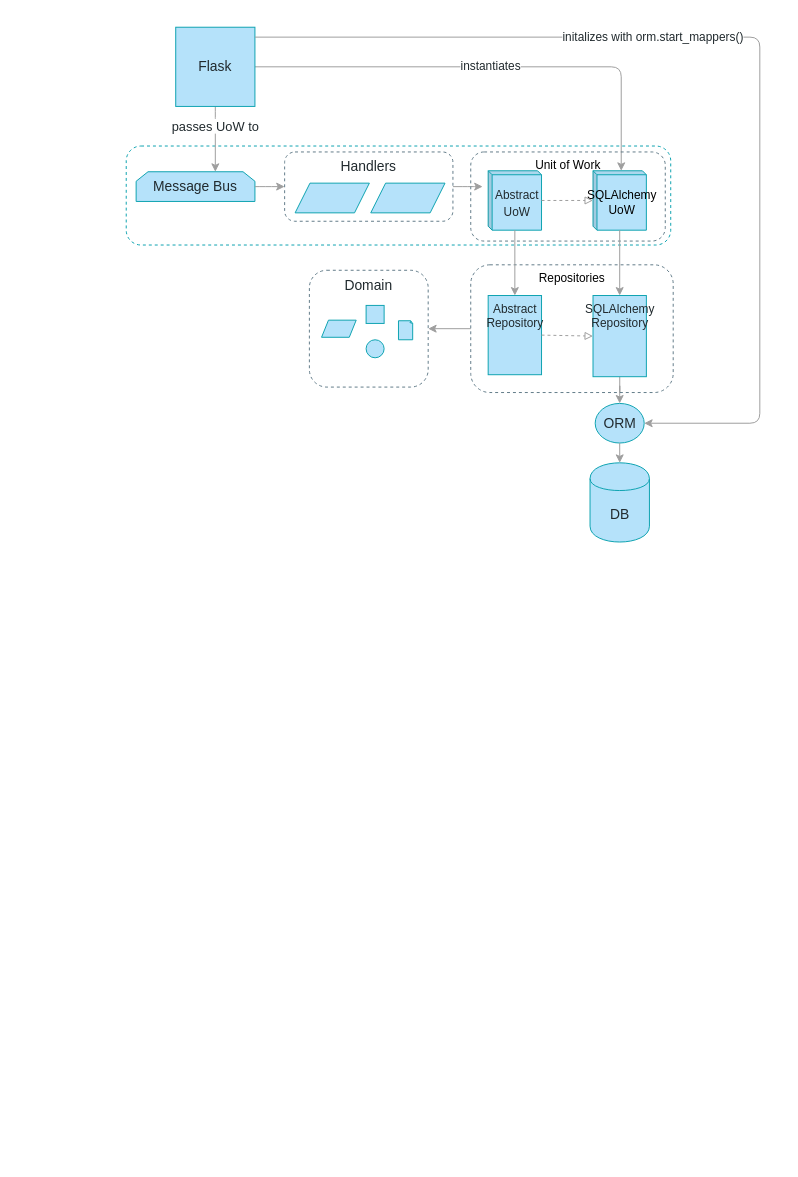
Earlier version of the draw.io diagram page "Chapter 12" (10 of 10) of maps.drawio (cosmicpython/book). Source tidied: cells renumbered, new cells numbered last; positions are measured from the earlier drawing's top-left corner, leaving out a move shared by most shapes. Both pictures are drawn from the tidied source at 99%, with x=0, y=0 at pixel (126, 27).
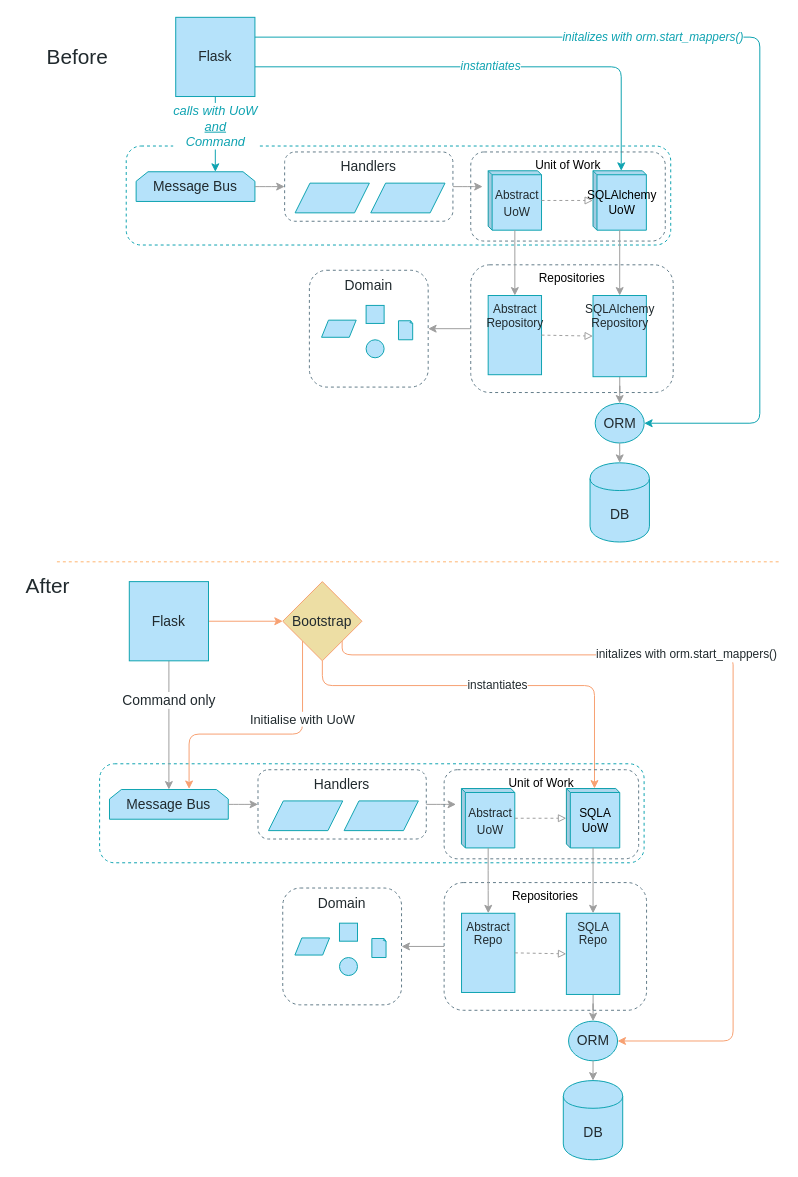
After the change.

Commit message:
chap 12 after

Unchanged cells that the change refers to:
```xml
<mxCell id="25" value="SQLAlchemy&lt;br style=&quot;font-size: 12px;&quot;&gt;UoW" style="shape=cube;whiteSpace=wrap;html=1;boundedLbl=1;backgroundOutline=1;darkOpacity=0.05;darkOpacity2=0.1;fontFamily=Guardian Sans Cond Light;fontSize=12;fontColor=#000000;align=center;strokeColor=#0FA3B1;fillColor=#B5E2FA;size=4;" parent="1" vertex="1">
  <mxGeometry x="471.5" y="145" width="53.9" height="60" as="geometry" />
</mxCell>
<mxCell id="34" value="ORM" style="ellipse;whiteSpace=wrap;html=1;rounded=0;shadow=0;glass=0;comic=0;strokeColor=#0FA3B1;fillColor=#B5E2FA;gradientColor=none;fontFamily=Guardian Sans Cond Light;fontSize=14;fontColor=#212A2E;align=center;" parent="1" vertex="1">
  <mxGeometry x="473.7" y="380" width="49.5" height="40" as="geometry" />
</mxCell>
```

The edit, as a diff of the source:
```diff
@@
-    <mxCell id="3" value="passes UoW to" style="edgeStyle=orthogonalEdgeStyle;jettySize=auto;html=1;strokeColor=#9E9E9E;fillColor=#B5E2FA;fontFamily=Guardian Sans Cond Light;fontSize=13;fontColor=#212A2E;verticalAlign=middle;exitX=0.5;exitY=1;exitDx=0;exitDy=0;" parent="1" edge="1" source="5">
-      <mxGeometry x="-0.4" relative="1" as="geometry">
+    <mxCell id="3" value="calls with UoW&lt;br&gt;&lt;u&gt;and&lt;/u&gt;&lt;br&gt;Command" style="edgeStyle=orthogonalEdgeStyle;jettySize=auto;html=1;strokeColor=#0FA3B1;fillColor=#B5E2FA;fontFamily=Guardian Sans Cond Light;fontSize=13;fontColor=#0FA3B1;verticalAlign=middle;exitX=0.5;exitY=1;exitDx=0;exitDy=0;fontStyle=2;" parent="1" edge="1" source="5">
+      <mxGeometry x="-0.22" relative="1" as="geometry">
         <mxPoint x="90" y="146" as="targetPoint" />
         <Array as="points">
           <mxPoint x="90" y="90" />
         </Array>
       </mxGeometry>
     </mxCell>
-    <mxCell id="4" value="instantiates" style="edgeStyle=orthogonalEdgeStyle;jettySize=auto;html=1;strokeColor=#9E9E9E;fillColor=#B5E2FA;fontFamily=Guardian Sans Cond Light;fontSize=12;fontColor=#212A2E;" parent="1" edge="1" source="5" target="25">
+    <mxCell id="4" value="instantiates" style="edgeStyle=orthogonalEdgeStyle;jettySize=auto;html=1;strokeColor=#0FA3B1;fillColor=#B5E2FA;fontFamily=Guardian Sans Cond Light;fontSize=12;fontColor=#0FA3B1;fontStyle=2;" parent="1" edge="1" source="5" target="25">
       <mxGeometry relative="1" as="geometry">
         <Array as="points">
           <mxPoint x="500" y="40" />
         </Array>
       </mxGeometry>
     </mxCell>
     <mxCell id="5" value="Flask" style="whiteSpace=wrap;html=1;strokeColor=#0FA3B1;fillColor=#B5E2FA;gradientColor=none;fontFamily=Guardian Sans Cond Light;fontSize=14;fontColor=#212A2E;" parent="1" vertex="1">
-      <mxGeometry x="50" width="80" height="80" as="geometry" />
+      <mxGeometry x="50" y="-10" width="80" height="80" as="geometry" />
     </mxCell>
@@
-    <mxCell id="36" value="initalizes with orm.start_mappers()" style="edgeStyle=orthogonalEdgeStyle;jettySize=auto;html=1;strokeColor=#9E9E9E;fillColor=#B5E2FA;fontFamily=Guardian Sans Cond Light;fontSize=12;fontColor=#212A2E;entryX=1;entryY=0.5;entryDx=0;entryDy=0;" parent="1" edge="1" source="5" target="34">
+    <mxCell id="36" value="initalizes with orm.start_mappers()" style="edgeStyle=orthogonalEdgeStyle;jettySize=auto;html=1;strokeColor=#0FA3B1;fillColor=#B5E2FA;fontFamily=Guardian Sans Cond Light;fontSize=12;fontColor=#0FA3B1;entryX=1;entryY=0.5;entryDx=0;entryDy=0;fontStyle=2;" parent="1" edge="1" source="5" target="34">
       <mxGeometry x="-0.21" relative="1" as="geometry">
         <Array as="points">
           <mxPoint x="640" y="10" />
           <mxPoint x="640" y="400" />
         </Array>
       </mxGeometry>
     </mxCell>
+    <mxCell id="37" style="rounded=1;whiteSpace=wrap;html=1;shadow=0;dashed=1;fontFamily=Guardian Sans Cond Light;fontSize=18;fontColor=#0FA3B1;align=center;strokeColor=#0FA3B1;gradientColor=#ffffff;fillColor=none;labelPosition=center;verticalLabelPosition=top;verticalAlign=bottom;" parent="1" vertex="1">
+      <mxGeometry x="-26.9" y="744" width="550" height="100" as="geometry" />
+    </mxCell>
+    <mxCell id="38" value="Initialise with UoW" style="edgeStyle=orthogonalEdgeStyle;jettySize=auto;html=1;strokeColor=#F7A072;fillColor=#B5E2FA;fontFamily=Guardian Sans Cond Light;fontSize=13;fontColor=#212A2E;verticalAlign=middle;exitX=0;exitY=1;exitDx=0;exitDy=0;" parent="1" edge="1" source="77">
+      <mxGeometry x="-0.4" relative="1" as="geometry">
+        <mxPoint x="63.5" y="769.4" as="targetPoint" />
+        <Array as="points">
+          <mxPoint x="178" y="714" />
+          <mxPoint x="64" y="714" />
+        </Array>
+      </mxGeometry>
+    </mxCell>
+    <mxCell id="39" value="instantiates" style="edgeStyle=orthogonalEdgeStyle;jettySize=auto;html=1;strokeColor=#F7A072;fillColor=#B5E2FA;fontFamily=Guardian Sans Cond Light;fontSize=12;fontColor=#212A2E;" parent="1" edge="1" source="77" target="62">
+      <mxGeometry relative="1" as="geometry">
+        <Array as="points">
+          <mxPoint x="198" y="665" />
+          <mxPoint x="473" y="665" />
+        </Array>
+      </mxGeometry>
+    </mxCell>
+    <mxCell id="40" style="edgeStyle=orthogonalEdgeStyle;jettySize=auto;html=1;strokeColor=#F7A072;fillColor=#B5E2FA;fontFamily=Guardian Sans Cond Light;fontSize=14;fontColor=#212A2E;" parent="1" edge="1" source="42" target="77">
+      <mxGeometry relative="1" as="geometry" />
+    </mxCell>
+    <mxCell id="41" value="Command only" style="edgeStyle=orthogonalEdgeStyle;jettySize=auto;html=1;strokeColor=#9E9E9E;fillColor=#B5E2FA;fontFamily=Guardian Sans Cond Light;fontSize=14;fontColor=#212A2E;" parent="1" edge="1" source="42" target="43">
+      <mxGeometry x="-0.38" relative="1" as="geometry" />
+    </mxCell>
+    <mxCell id="42" value="Flask" style="whiteSpace=wrap;html=1;strokeColor=#0FA3B1;fillColor=#B5E2FA;gradientColor=none;fontFamily=Guardian Sans Cond Light;fontSize=14;fontColor=#212A2E;" parent="1" vertex="1">
+      <mxGeometry x="3.1" y="560" width="80" height="80" as="geometry" />
+    </mxCell>
+    <mxCell id="43" value="Message Bus" style="shape=loopLimit;whiteSpace=wrap;html=1;fontFamily=Guardian Sans Cond Light;fontSize=14;fontColor=#212A2E;align=center;strokeColor=#0FA3B1;fillColor=#B5E2FA;size=12;gradientColor=none;" parent="1" vertex="1">
+      <mxGeometry x="-16.9" y="770" width="120" height="30" as="geometry" />
+    </mxCell>
+    <mxCell id="44" style="edgeStyle=orthogonalEdgeStyle;jettySize=auto;html=1;strokeColor=#9E9E9E;fillColor=#B5E2FA;fontFamily=Guardian Sans Cond Light;fontSize=12;fontColor=#212A2E;entryX=0;entryY=0.5;entryDx=0;entryDy=0;exitX=1;exitY=0.5;exitDx=0;exitDy=0;" parent="1" edge="1" source="43" target="47">
+      <mxGeometry relative="1" as="geometry">
+        <Array as="points">
+          <mxPoint x="113.1" y="785" />
+          <mxPoint x="113.1" y="785" />
+        </Array>
+      </mxGeometry>
+    </mxCell>
+    <mxCell id="45" style="edgeStyle=orthogonalEdgeStyle;jettySize=auto;html=1;strokeColor=#9E9E9E;fillColor=#B5E2FA;fontFamily=Guardian Sans Cond Light;fontSize=12;fontColor=#212A2E;exitX=0;exitY=0.5;exitDx=0;exitDy=0;" parent="1" edge="1" source="64" target="52">
+      <mxGeometry relative="1" as="geometry" />
+    </mxCell>
+    <mxCell id="46" style="group;" parent="1" vertex="1">
+      <mxGeometry x="133.1" y="750" width="170" height="70" as="geometry" />
+    </mxCell>
+    <mxCell id="47" value="Handlers" style="rounded=1;whiteSpace=wrap;html=1;fontFamily=Guardian Sans Cond Light;verticalAlign=top;fontSize=14;fontColor=#212A2E;fillColor=none;strokeColor=#637C89;fontStyle=0;dashed=1;" parent="46" vertex="1">
+      <mxGeometry width="170" height="70" as="geometry" />
+    </mxCell>
+    <mxCell id="48" style="shape=parallelogram;perimeter=parallelogramPerimeter;whiteSpace=wrap;html=1;fontFamily=Guardian Sans Cond Light;fontSize=14;fontColor=#212A2E;align=center;strokeColor=#0FA3B1;fillColor=#B5E2FA;" parent="46" vertex="1">
+      <mxGeometry x="10.6" y="31.5" width="75" height="30" as="geometry" />
+    </mxCell>
+    <mxCell id="49" style="shape=parallelogram;perimeter=parallelogramPerimeter;whiteSpace=wrap;html=1;fontFamily=Guardian Sans Cond Light;fontSize=14;fontColor=#212A2E;align=center;strokeColor=#0FA3B1;fillColor=#B5E2FA;" parent="46" vertex="1">
+      <mxGeometry x="87" y="31.5" width="75" height="30" as="geometry" />
+    </mxCell>
+    <mxCell id="50" style="group;" parent="1" vertex="1">
+      <mxGeometry x="158.1" y="869.5" width="120" height="118" as="geometry" />
+    </mxCell>
+    <mxCell id="51" style="group;" parent="50" vertex="1">
+      <mxGeometry width="120" height="118" as="geometry" />
+    </mxCell>
+    <mxCell id="52" value="Domain" style="rounded=1;whiteSpace=wrap;html=1;fontFamily=Guardian Sans Cond Light;verticalAlign=top;fontSize=14;fontColor=#212A2E;fillColor=none;strokeColor=#637C89;dashed=1;" parent="51" vertex="1">
+      <mxGeometry width="120" height="118" as="geometry" />
+    </mxCell>
+    <mxCell id="53" style="whiteSpace=wrap;html=1;fontSize=14;strokeColor=#0FA3B1;fillColor=#B5E2FA;fontFamily=Guardian Sans Cond Light;" parent="51" vertex="1">
+      <mxGeometry x="57.3" y="35.5" width="18.2" height="18.2" as="geometry" />
+    </mxCell>
+    <mxCell id="54" style="ellipse;whiteSpace=wrap;html=1;fontSize=14;strokeColor=#0FA3B1;fillColor=#B5E2FA;fontFamily=Guardian Sans Cond Light;" parent="51" vertex="1">
+      <mxGeometry x="57.3" y="70.2" width="18.2" height="18.2" as="geometry" />
+    </mxCell>
+    <mxCell id="55" style="shape=parallelogram;perimeter=parallelogramPerimeter;whiteSpace=wrap;html=1;fontFamily=Guardian Sans Cond Light;fontSize=14;fontColor=#000000;align=center;strokeColor=#0FA3B1;fillColor=#B5E2FA;" parent="51" vertex="1">
+      <mxGeometry x="12.3" y="50.4" width="35" height="17.3" as="geometry" />
+    </mxCell>
+    <mxCell id="56" style="whiteSpace=wrap;html=1;shape=mxgraph.basic.document;rounded=1;strokeColor=#0FA3B1;fillColor=#B5E2FA;fontFamily=Guardian Sans Cond Light;fontSize=12;" parent="51" vertex="1">
+      <mxGeometry x="90" y="51" width="14.5" height="19.2" as="geometry" />
+    </mxCell>
+    <mxCell id="57" style="edgeStyle=orthogonalEdgeStyle;jettySize=auto;html=1;strokeColor=#9E9E9E;fillColor=#B5E2FA;fontFamily=Guardian Sans Cond Light;fontSize=12;fontColor=#212A2E;" parent="1" edge="1" source="47">
+      <mxGeometry relative="1" as="geometry">
+        <mxPoint x="333.1" y="785" as="targetPoint" />
+      </mxGeometry>
+    </mxCell>
+    <mxCell id="58" value="DB" style="shape=cylinder;whiteSpace=wrap;html=1;boundedLbl=1;backgroundOutline=1;strokeColor=#0FA3B1;fillColor=#B5E2FA;fontSize=14;fontColor=#212A2E;gradientColor=none;fontFamily=Guardian Sans Cond Light;" parent="1" vertex="1">
+      <mxGeometry x="441.5" y="1064" width="60" height="80" as="geometry" />
+    </mxCell>
+    <mxCell id="59" style="edgeStyle=orthogonalEdgeStyle;jettySize=auto;html=1;strokeColor=#9E9E9E;fillColor=#B5E2FA;fontFamily=Guardian Sans Cond Light;fontSize=12;fontColor=#212A2E;" parent="1" edge="1" source="66" target="71">
+      <mxGeometry relative="1" as="geometry" />
+    </mxCell>
+    <mxCell id="60" value="Unit of Work" style="whiteSpace=wrap;html=1;strokeColor=#637C89;fillColor=none;gradientColor=none;fontFamily=Guardian Sans Cond Light;fontSize=12;fontColor=#000000;verticalAlign=top;rounded=1;dashed=1;" parent="1" vertex="1">
+      <mxGeometry x="321.1" y="750" width="196.5" height="90" as="geometry" />
+    </mxCell>
+    <mxCell id="61" value="&lt;font style=&quot;font-size: 12px&quot; color=&quot;#212A2E&quot;&gt;Abstract UoW&lt;br style=&quot;font-size: 12px&quot;&gt;&lt;/font&gt;" style="shape=cube;whiteSpace=wrap;html=1;boundedLbl=1;backgroundOutline=1;darkOpacity=0.05;darkOpacity2=0.1;fontFamily=Guardian Sans Cond Light;fontSize=14;fontColor=#000000;align=center;strokeColor=#0FA3B1;fillColor=#B5E2FA;size=4;" parent="1" vertex="1">
+      <mxGeometry x="338.6" y="769" width="53.9" height="60" as="geometry" />
+    </mxCell>
+    <mxCell id="62" value="SQLA&lt;br style=&quot;font-size: 12px&quot;&gt;UoW" style="shape=cube;whiteSpace=wrap;html=1;boundedLbl=1;backgroundOutline=1;darkOpacity=0.05;darkOpacity2=0.1;fontFamily=Guardian Sans Cond Light;fontSize=12;fontColor=#000000;align=center;strokeColor=#0FA3B1;fillColor=#B5E2FA;size=4;" parent="1" vertex="1">
+      <mxGeometry x="444.6" y="769" width="53.9" height="60" as="geometry" />
+    </mxCell>
+    <mxCell id="63" style="group;fontFamily=Guardian Sans Cond Light;" parent="1" vertex="1">
+      <mxGeometry x="321.1" y="864" width="204.5" height="129" as="geometry" />
+    </mxCell>
+    <mxCell id="64" value="Repositories" style="whiteSpace=wrap;html=1;strokeColor=#637C89;fillColor=none;gradientColor=none;fontFamily=Guardian Sans Cond Light;fontSize=12;fontColor=#000000;verticalAlign=top;rounded=1;dashed=1;" parent="63" vertex="1">
+      <mxGeometry width="204.5" height="129" as="geometry" />
+    </mxCell>
+    <mxCell id="65" value="&lt;font style=&quot;font-size: 12px&quot; color=&quot;#212A2E&quot;&gt;Abstract Repo&lt;/font&gt;" style="whiteSpace=wrap;html=1;strokeColor=#0FA3B1;fillColor=#B5E2FA;gradientColor=none;fontFamily=Guardian Sans Cond Light;fontSize=12;fontColor=#212A2E;verticalAlign=top;" parent="63" vertex="1">
+      <mxGeometry x="17.6" y="31" width="53.9" height="80" as="geometry" />
+    </mxCell>
+    <mxCell id="66" value="SQLA&lt;br style=&quot;font-size: 12px&quot;&gt;Repo" style="whiteSpace=wrap;html=1;strokeColor=#0FA3B1;fillColor=#B5E2FA;gradientColor=none;fontFamily=Guardian Sans Cond Light;fontSize=12;fontColor=#212A2E;verticalAlign=top;" parent="63" vertex="1">
+      <mxGeometry x="123.5" y="31" width="53.9" height="82" as="geometry" />
+    </mxCell>
+    <mxCell id="67" style="endArrow=block;dashed=1;endFill=0;endSize=6;html=1;strokeColor=#9E9E9E;fillColor=#B5E2FA;fontFamily=Guardian Sans Cond Light;fontSize=12;fontColor=#212A2E;exitX=1;exitY=0.5;exitDx=0;exitDy=0;entryX=0;entryY=0.5;entryDx=0;entryDy=0;" parent="63" edge="1" source="65" target="66">
+      <mxGeometry relative="1" as="geometry" />
+    </mxCell>
+    <mxCell id="68" style="edgeStyle=orthogonalEdgeStyle;jettySize=auto;html=1;strokeColor=#9E9E9E;fillColor=#B5E2FA;fontFamily=Guardian Sans Cond Light;fontSize=12;fontColor=#212A2E;" parent="1" edge="1" source="61" target="65">
+      <mxGeometry relative="1" as="geometry" />
+    </mxCell>
+    <mxCell id="69" style="edgeStyle=orthogonalEdgeStyle;jettySize=auto;html=1;strokeColor=#9E9E9E;fillColor=#B5E2FA;fontFamily=Guardian Sans Cond Light;fontSize=12;fontColor=#212A2E;" parent="1" edge="1" source="62" target="66">
+      <mxGeometry relative="1" as="geometry" />
+    </mxCell>
+    <mxCell id="70" style="endArrow=block;dashed=1;endFill=0;endSize=6;html=1;strokeColor=#9E9E9E;fillColor=#B5E2FA;fontFamily=Guardian Sans Cond Light;fontSize=12;fontColor=#212A2E;exitX=1;exitY=0.5;exitDx=0;exitDy=0;entryX=0;entryY=0.5;entryDx=0;entryDy=0;" parent="1" edge="1" source="61" target="62">
+      <mxGeometry relative="1" as="geometry" />
+    </mxCell>
+    <mxCell id="71" value="ORM" style="ellipse;whiteSpace=wrap;html=1;rounded=0;shadow=0;glass=0;comic=0;strokeColor=#0FA3B1;fillColor=#B5E2FA;gradientColor=none;fontFamily=Guardian Sans Cond Light;fontSize=14;fontColor=#212A2E;align=center;" parent="1" vertex="1">
+      <mxGeometry x="446.8" y="1004" width="49.5" height="40" as="geometry" />
+    </mxCell>
+    <mxCell id="72" style="edgeStyle=orthogonalEdgeStyle;jettySize=auto;html=1;strokeColor=#9E9E9E;fillColor=#B5E2FA;fontFamily=Guardian Sans Cond Light;fontSize=12;fontColor=#212A2E;entryX=0.5;entryY=0;entryDx=0;entryDy=0;exitX=0.5;exitY=1;exitDx=0;exitDy=0;" parent="1" edge="1" source="71" target="58">
+      <mxGeometry relative="1" as="geometry" />
+    </mxCell>
+    <mxCell id="73" value="initalizes with orm.start_mappers()" style="edgeStyle=orthogonalEdgeStyle;jettySize=auto;html=1;strokeColor=#F7A072;fillColor=#B5E2FA;fontFamily=Guardian Sans Cond Light;fontSize=12;fontColor=#212A2E;entryX=1;entryY=0.5;entryDx=0;entryDy=0;exitX=1;exitY=1;exitDx=0;exitDy=0;" parent="1" edge="1" source="77" target="71">
+      <mxGeometry x="-0.21" relative="1" as="geometry">
+        <Array as="points">
+          <mxPoint x="218" y="634" />
+          <mxPoint x="613" y="634" />
+          <mxPoint x="613" y="1024" />
+        </Array>
+      </mxGeometry>
+    </mxCell>
+    <mxCell id="74" value="Before" style="text;html=1;strokeColor=none;fillColor=none;align=center;verticalAlign=middle;whiteSpace=wrap;rounded=0;fontFamily=Guardian Sans Cond Light;fontSize=21;fontColor=#212A2E;" parent="1" vertex="1">
+      <mxGeometry x="-80" y="20" width="62" height="20" as="geometry" />
+    </mxCell>
+    <mxCell id="75" value="After" style="text;html=1;strokeColor=none;fillColor=none;align=center;verticalAlign=middle;whiteSpace=wrap;rounded=0;fontFamily=Guardian Sans Cond Light;fontSize=21;fontColor=#212A2E;" parent="1" vertex="1">
+      <mxGeometry x="-110" y="554" width="62" height="20" as="geometry" />
+    </mxCell>
+    <mxCell id="76" style="endArrow=none;dashed=1;html=1;strokeColor=#FFB570;fillColor=#B5E2FA;fontFamily=Guardian Sans Cond Light;fontSize=21;fontColor=#212A2E;" parent="1" edge="1">
+      <mxGeometry relative="1" as="geometry">
+        <mxPoint x="-70" y="540" as="sourcePoint" />
+        <mxPoint x="660" y="540" as="targetPoint" />
+      </mxGeometry>
+    </mxCell>
+    <mxCell id="77" value="Bootstrap" style="rhombus;whiteSpace=wrap;html=1;rounded=0;shadow=0;glass=0;comic=0;strokeColor=#F7A072;fillColor=#EDDEA4;gradientColor=none;fontFamily=Guardian Sans Cond Light;fontSize=14;fontColor=#212A2E;align=center;" parent="1" vertex="1">
+      <mxGeometry x="158.1" y="560" width="80" height="80" as="geometry" />
+    </mxCell>
```
